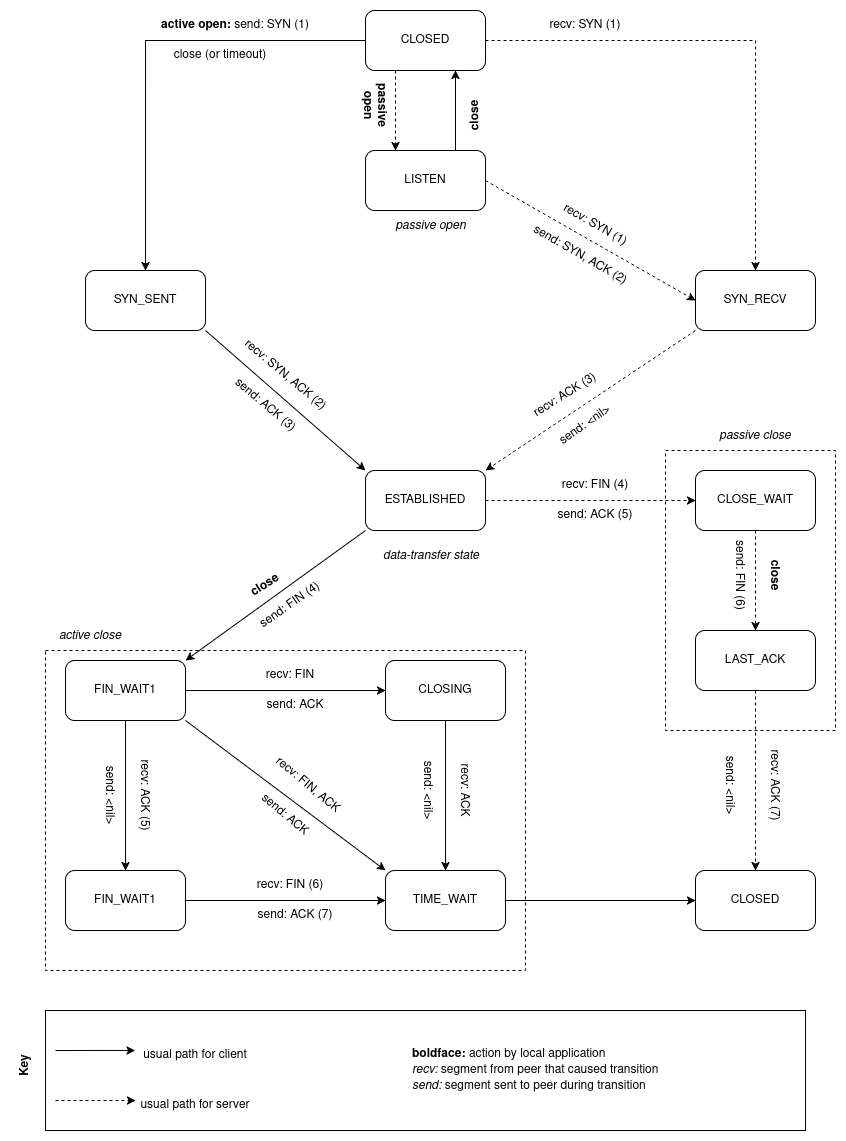
The draw.io diagram docs/assets/tcp_sm.drawio.png in da0p/GithubPage, before a commit. Source tidied: cells renumbered, new cells last; positions are measured from the earlier drawing's top-left corner, leaving out a move shared by most shapes.
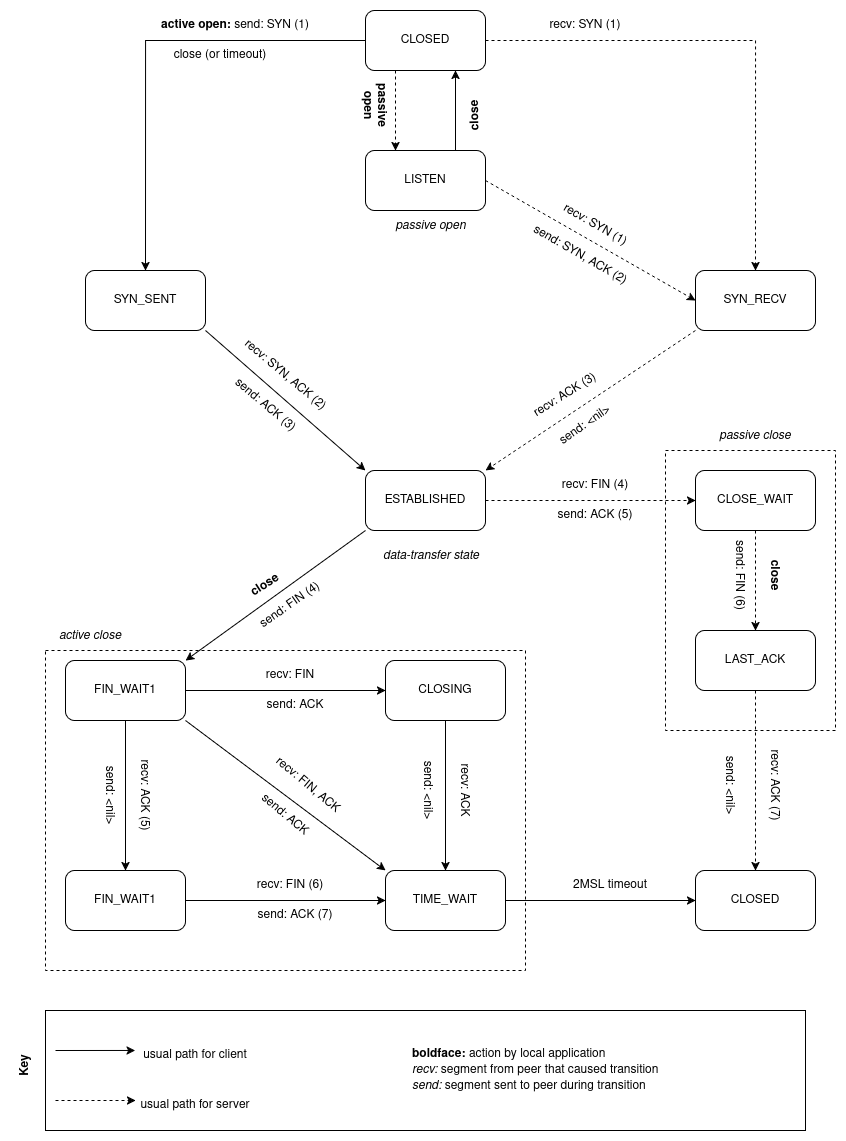
After the change.

Diff of the diagram source:
```diff
@@ -220,5 +220,8 @@
     <mxCell id="72" value="&lt;i&gt;passive close&lt;/i&gt;" style="text;html=1;align=center;verticalAlign=middle;whiteSpace=wrap;rounded=0;" parent="1" vertex="1">
       <mxGeometry x="720" y="410" width="80" height="30" as="geometry" />
     </mxCell>
+    <mxCell id="73" value="2MSL timeout" style="text;html=1;align=center;verticalAlign=middle;whiteSpace=wrap;rounded=0;" parent="1" vertex="1">
+      <mxGeometry x="570" y="860" width="90" height="30" as="geometry" />
+    </mxCell>
   </root>
 </mxGraphModel>
```
